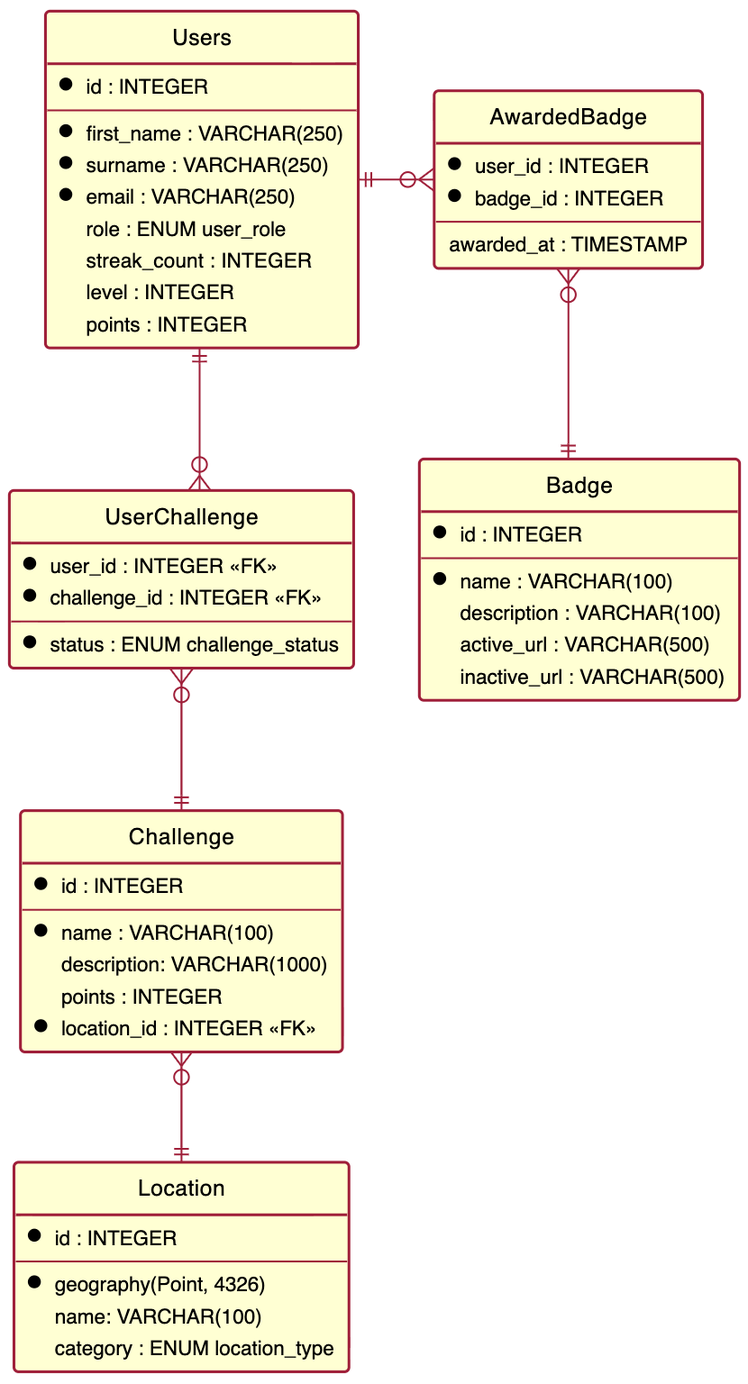
UOA-CS732-S1-2026/group-project-shimmering-shrews keeps this PlantUML diagram as diagrams/erd.png. Above is the earlier version. Its source is kept beside it as diagrams/erd.puml. Source of this version:
```plantuml
@startuml schema
skinparam {
  style StrictUML
  linetype ortho
  padding 2
  RoundCorner 5
}

entity "Users" as users {
  * id : INTEGER
  --
  * first_name : VARCHAR(250)
  * surname : VARCHAR(250)
  * email : VARCHAR(250)
  role : ENUM user_role
  streak_count : INTEGER
  level : INTEGER
  points : INTEGER
}

entity "Badge" as badge {
  * id : INTEGER
  --
  * name : VARCHAR(100)
  description : VARCHAR(100)
  active_url : VARCHAR(500)
  inactive_url : VARCHAR(500)
}

entity "AwardedBadge" as awarded_badge {
  * user_id : INTEGER
  * badge_id : INTEGER
  --
  awarded_at : TIMESTAMP
}

entity "UserChallenge" as user_challenge {
  * user_id : INTEGER <<FK>>
  * challenge_id : INTEGER <<FK>>
  --
  * status : ENUM challenge_status
}

entity "Challenge" as challenge {
  * id : INTEGER
  --
  * name : VARCHAR(100)
  description: VARCHAR(1000)
  points : INTEGER
  * location_id : INTEGER <<FK>>
}

entity "Location" as location {
  * id : INTEGER
  --
  * geography(Point, 4326)
  name: VARCHAR(100)
  category : ENUM location_type
}

users ||--o{ user_challenge
user_challenge }o--|| challenge
challenge }o--|| location
users ||-o{ awarded_badge
awarded_badge }o--|| badge

@enduml
```
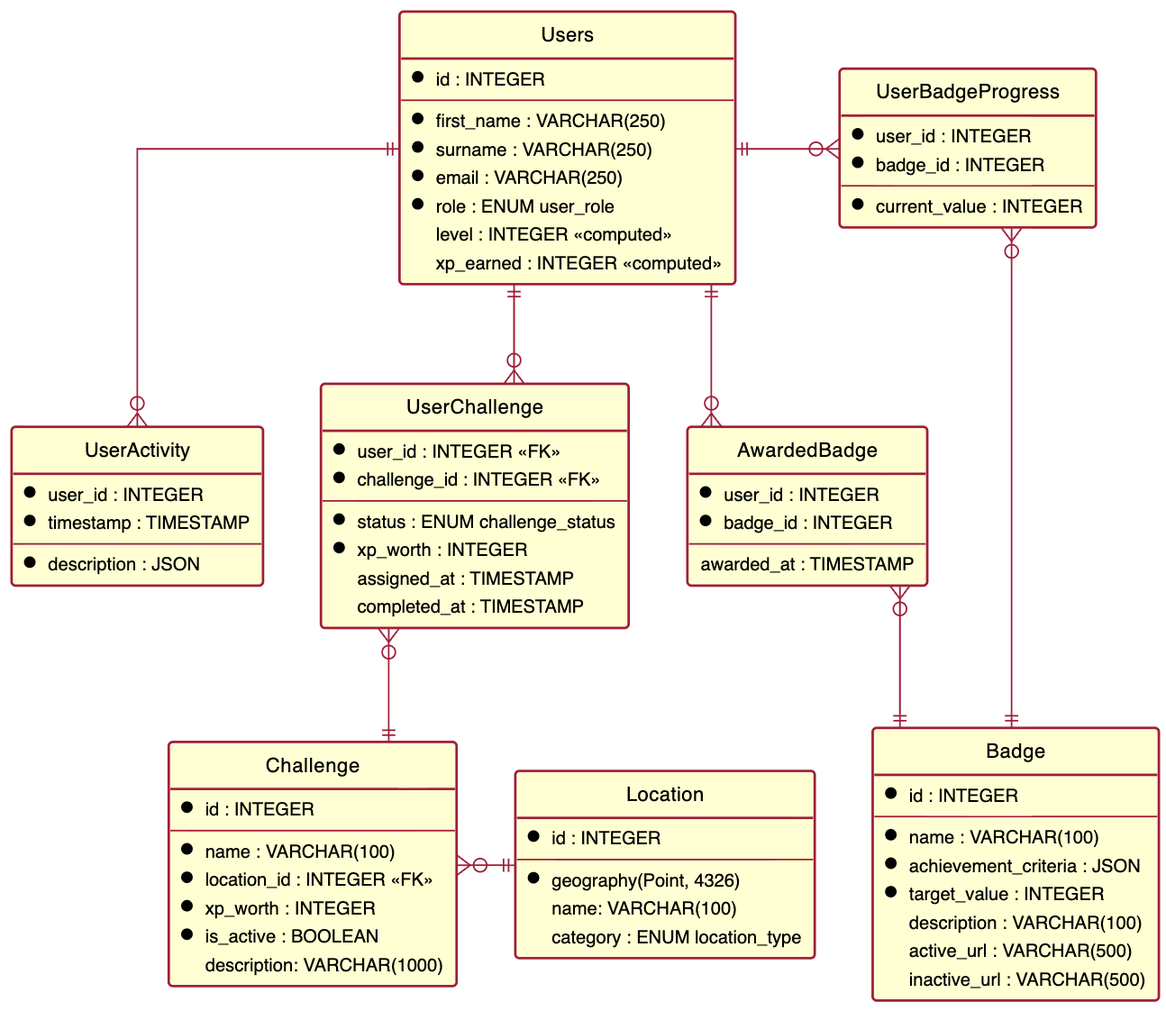
After the change.

Commit message:
Add activity logs

The edit, as a diff of the source:
```diff
@@ -12,19 +12,34 @@
   * first_name : VARCHAR(250)
   * surname : VARCHAR(250)
   * email : VARCHAR(250)
-  role : ENUM user_role
-  streak_count : INTEGER
-  level : INTEGER
-  points : INTEGER
+  * role : ENUM user_role
+  level : INTEGER <<computed>>
+  xp_earned : INTEGER <<computed>>
 }
 
 entity "Badge" as badge {
   * id : INTEGER
   --
   * name : VARCHAR(100)
+  * achievement_criteria : JSON
+  * target_value : INTEGER
   description : VARCHAR(100)
   active_url : VARCHAR(500)
   inactive_url : VARCHAR(500)
+}
+
+entity "UserBadgeProgress" as user_badge_progress {
+  * user_id : INTEGER
+  * badge_id : INTEGER
+  --
+  * current_value : INTEGER
+}
+
+entity "UserActivity" as user_activity {
+  * user_id : INTEGER
+  * timestamp : TIMESTAMP
+  --
+  *description : JSON
 }
 
 entity "AwardedBadge" as awarded_badge {
@@ -39,15 +54,19 @@
   * challenge_id : INTEGER <<FK>>
   --
   * status : ENUM challenge_status
+  * xp_worth : INTEGER
+  assigned_at : TIMESTAMP
+  completed_at : TIMESTAMP
 }
 
 entity "Challenge" as challenge {
   * id : INTEGER
   --
   * name : VARCHAR(100)
+  * location_id : INTEGER <<FK>>
+  * xp_worth : INTEGER
+  * is_active : BOOLEAN
   description: VARCHAR(1000)
-  points : INTEGER
-  * location_id : INTEGER <<FK>>
 }
 
 entity "Location" as location {
@@ -60,8 +79,11 @@
 
 users ||--o{ user_challenge
 user_challenge }o--|| challenge
-challenge }o--|| location
+challenge }o-|| location
 users ||-o{ awarded_badge
+users ||-o{ user_badge_progress
 awarded_badge }o--|| badge
+user_badge_progress }o---|| badge
+users ||--o{ user_activity
 
 @enduml
```
